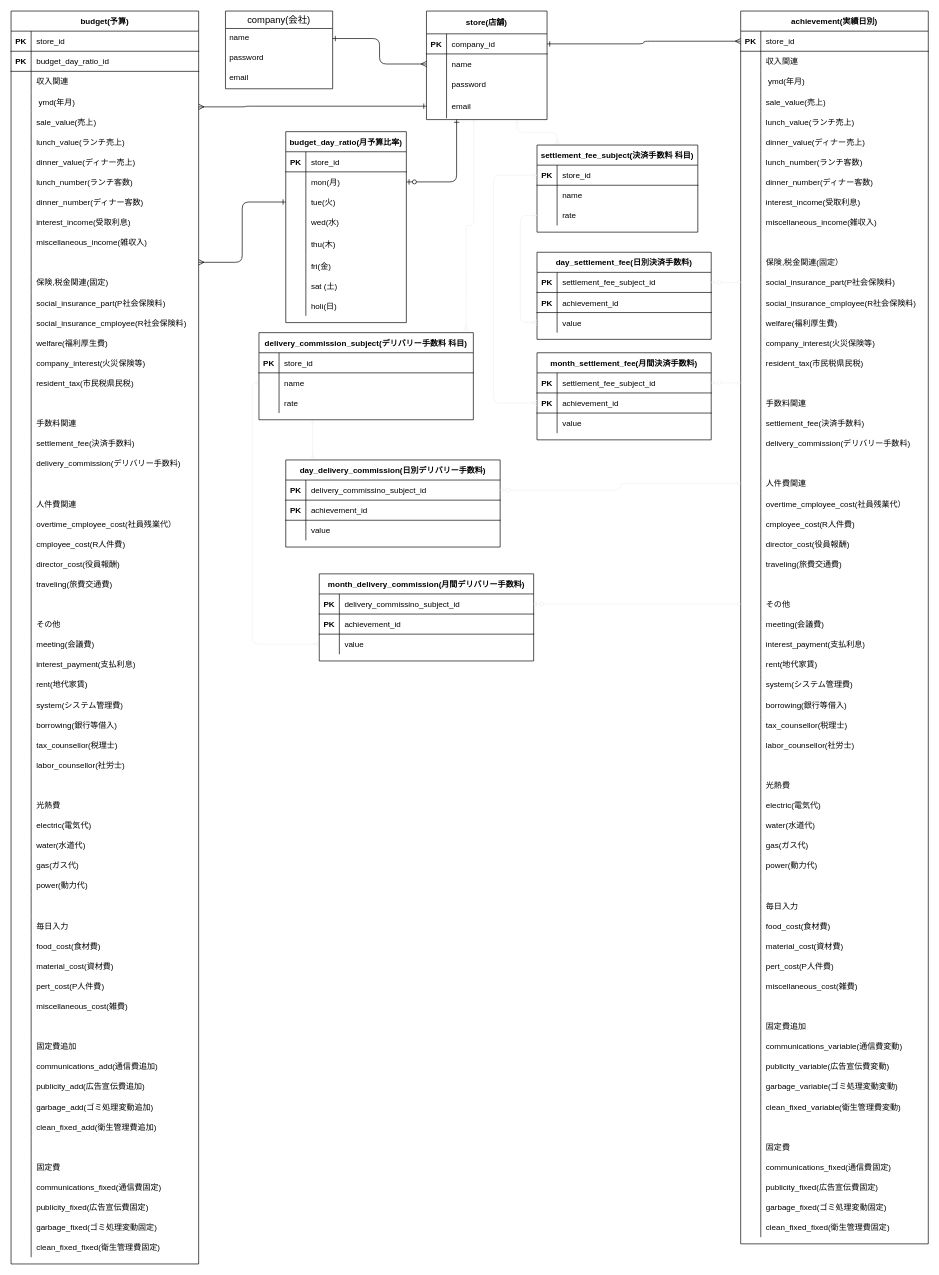
Above: ER図.dio in yanagi0306/profit_loss (draw.io), before the change. Source tidied: cells renumbered, new cells numbered last; positions are measured from the earlier drawing's top-left corner, leaving out a move shared by most shapes. Both pictures are drawn from the tidied source at 67%, with x=0, y=0 at pixel (11, 11).
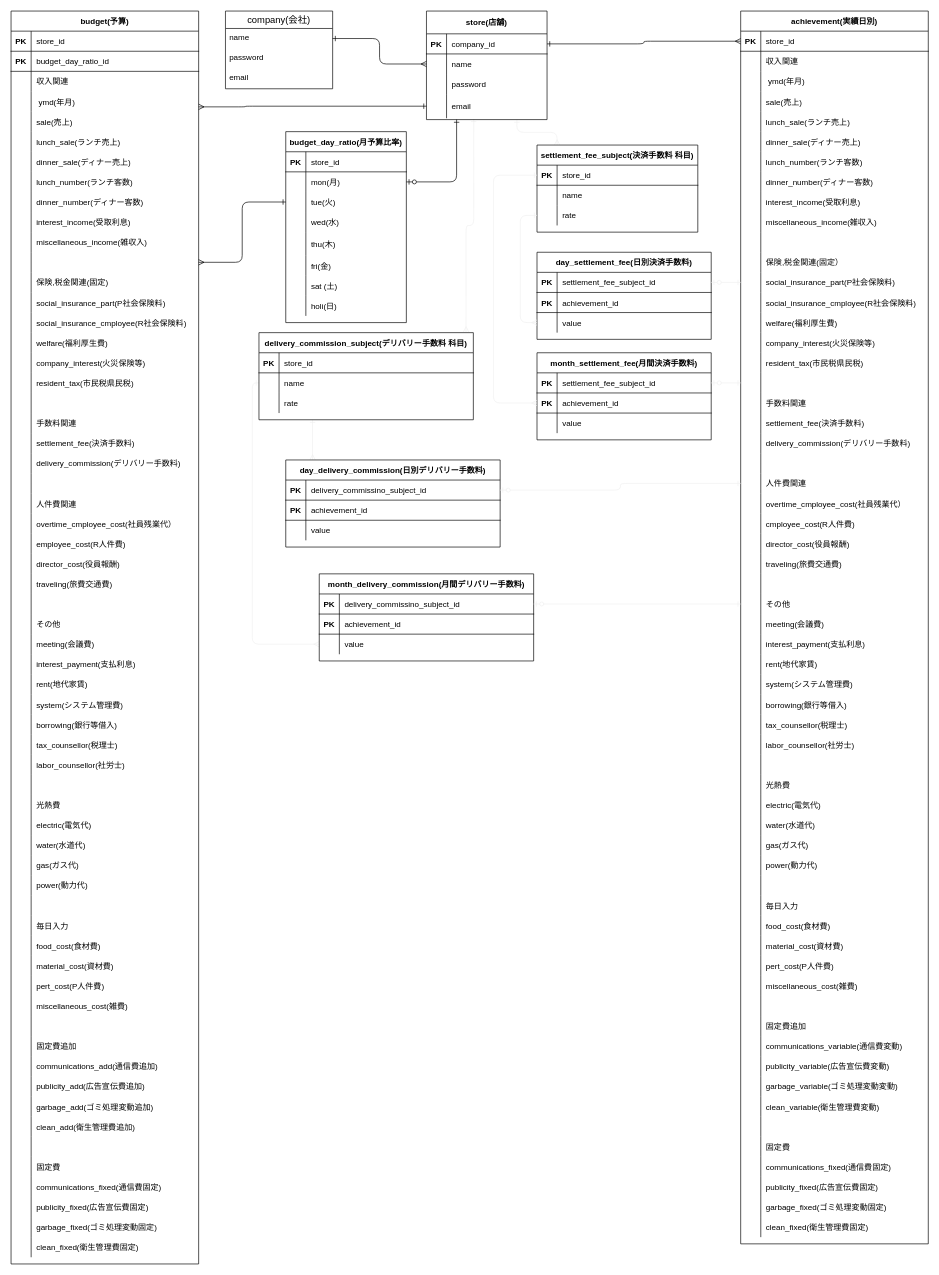
The same diagram, later.

The change refers to these unchanged cells:
```xml
<mxCell id="37" style="shape=partialRectangle;fillColor=none;top=0;left=0;bottom=0;right=0;" parent="24" vertex="1">
  <mxGeometry y="150" width="280" height="30" as="geometry" />
</mxCell>
<mxCell id="40" style="shape=partialRectangle;fillColor=none;top=0;left=0;bottom=0;right=0;" parent="24" vertex="1">
  <mxGeometry y="180" width="280" height="30" as="geometry" />
</mxCell>
<mxCell id="43" style="shape=partialRectangle;fillColor=none;top=0;left=0;bottom=0;right=0;" parent="24" vertex="1">
  <mxGeometry y="210" width="280" height="30" as="geometry" />
</mxCell>
<mxCell id="100" style="shape=partialRectangle;fillColor=none;top=0;left=0;bottom=0;right=0;" parent="24" vertex="1">
  <mxGeometry y="780" width="280" height="30" as="geometry" />
</mxCell>
<mxCell id="187" style="shape=partialRectangle;fillColor=none;top=0;left=0;bottom=0;right=0;" parent="24" vertex="1">
  <mxGeometry y="1650" width="280" height="30" as="geometry" />
</mxCell>
<mxCell id="205" style="shape=partialRectangle;fillColor=none;top=0;left=0;bottom=0;right=0;" parent="24" vertex="1">
  <mxGeometry y="1830" width="280" height="30" as="geometry" />
</mxCell>
<mxCell id="245" style="shape=partialRectangle;fillColor=none;top=0;left=0;bottom=0;right=0;" parent="235" vertex="1">
  <mxGeometry y="120" width="280" height="30" as="geometry" />
</mxCell>
<mxCell id="248" style="shape=partialRectangle;fillColor=none;top=0;left=0;bottom=0;right=0;" parent="235" vertex="1">
  <mxGeometry y="150" width="280" height="30" as="geometry" />
</mxCell>
<mxCell id="251" style="shape=partialRectangle;fillColor=none;top=0;left=0;bottom=0;right=0;" parent="235" vertex="1">
  <mxGeometry y="180" width="280" height="30" as="geometry" />
</mxCell>
<mxCell id="395" style="shape=partialRectangle;fillColor=none;top=0;left=0;bottom=0;right=0;" parent="235" vertex="1">
  <mxGeometry y="1620" width="280" height="30" as="geometry" />
</mxCell>
<mxCell id="413" style="shape=partialRectangle;fillColor=none;top=0;left=0;bottom=0;right=0;" parent="235" vertex="1">
  <mxGeometry y="1800" width="280" height="30" as="geometry" />
</mxCell>
```

Change to the diagram source:
```diff
@@
-    <mxCell id="39" value="sale_value(売上)" style="shape=partialRectangle;fillColor=none;top=0;left=0;bottom=0;right=0;align=left;spacingLeft=6;overflow=hidden;" parent="37" vertex="1">
+    <mxCell id="39" value="sale(売上)" style="shape=partialRectangle;fillColor=none;top=0;left=0;bottom=0;right=0;align=left;spacingLeft=6;overflow=hidden;" parent="37" vertex="1">
       <mxGeometry x="30" width="250" height="30" as="geometry" />
     </mxCell>
@@
-    <mxCell id="42" value="lunch_value(ランチ売上)" style="shape=partialRectangle;fillColor=none;top=0;left=0;bottom=0;right=0;align=left;spacingLeft=6;overflow=hidden;" parent="40" vertex="1">
+    <mxCell id="42" value="lunch_sale(ランチ売上)" style="shape=partialRectangle;fillColor=none;top=0;left=0;bottom=0;right=0;align=left;spacingLeft=6;overflow=hidden;" parent="40" vertex="1">
       <mxGeometry x="30" width="250" height="30" as="geometry" />
     </mxCell>
@@
-    <mxCell id="45" value="dinner_value(ディナー売上)" style="shape=partialRectangle;fillColor=none;top=0;left=0;bottom=0;right=0;align=left;spacingLeft=6;overflow=hidden;" parent="43" vertex="1">
+    <mxCell id="45" value="dinner_sale(ディナー売上)" style="shape=partialRectangle;fillColor=none;top=0;left=0;bottom=0;right=0;align=left;spacingLeft=6;overflow=hidden;" parent="43" vertex="1">
       <mxGeometry x="30" width="250" height="30" as="geometry" />
     </mxCell>
@@
-    <mxCell id="102" value="cmployee_cost(R人件費)" style="shape=partialRectangle;fillColor=none;top=0;left=0;bottom=0;right=0;align=left;spacingLeft=6;overflow=hidden;" parent="100" vertex="1">
+    <mxCell id="102" value="employee_cost(R人件費)" style="shape=partialRectangle;fillColor=none;top=0;left=0;bottom=0;right=0;align=left;spacingLeft=6;overflow=hidden;" parent="100" vertex="1">
       <mxGeometry x="30" width="250" height="30" as="geometry" />
     </mxCell>
@@
-    <mxCell id="189" value="clean_fixed_add(衛生管理費追加)" style="shape=partialRectangle;fillColor=none;top=0;left=0;bottom=0;right=0;align=left;spacingLeft=6;overflow=hidden;" parent="187" vertex="1">
+    <mxCell id="189" value="clean_add(衛生管理費追加)" style="shape=partialRectangle;fillColor=none;top=0;left=0;bottom=0;right=0;align=left;spacingLeft=6;overflow=hidden;" parent="187" vertex="1">
       <mxGeometry x="30" width="250" height="30" as="geometry" />
     </mxCell>
@@
-    <mxCell id="207" value="clean_fixed_fixed(衛生管理費固定)" style="shape=partialRectangle;fillColor=none;top=0;left=0;bottom=0;right=0;align=left;spacingLeft=6;overflow=hidden;" parent="205" vertex="1">
+    <mxCell id="207" value="clean_fixed(衛生管理費固定)" style="shape=partialRectangle;fillColor=none;top=0;left=0;bottom=0;right=0;align=left;spacingLeft=6;overflow=hidden;" parent="205" vertex="1">
       <mxGeometry x="30" width="250" height="30" as="geometry" />
     </mxCell>
@@
-    <mxCell id="247" value="sale_value(売上)" style="shape=partialRectangle;fillColor=none;top=0;left=0;bottom=0;right=0;align=left;spacingLeft=6;overflow=hidden;" parent="245" vertex="1">
+    <mxCell id="247" value="sale(売上)" style="shape=partialRectangle;fillColor=none;top=0;left=0;bottom=0;right=0;align=left;spacingLeft=6;overflow=hidden;" parent="245" vertex="1">
       <mxGeometry x="30" width="250" height="30" as="geometry" />
     </mxCell>
@@
-    <mxCell id="250" value="lunch_value(ランチ売上)" style="shape=partialRectangle;fillColor=none;top=0;left=0;bottom=0;right=0;align=left;spacingLeft=6;overflow=hidden;" parent="248" vertex="1">
+    <mxCell id="250" value="lunch_sale(ランチ売上)" style="shape=partialRectangle;fillColor=none;top=0;left=0;bottom=0;right=0;align=left;spacingLeft=6;overflow=hidden;" parent="248" vertex="1">
       <mxGeometry x="30" width="250" height="30" as="geometry" />
     </mxCell>
@@
-    <mxCell id="253" value="dinner_value(ディナー売上)" style="shape=partialRectangle;fillColor=none;top=0;left=0;bottom=0;right=0;align=left;spacingLeft=6;overflow=hidden;" parent="251" vertex="1">
+    <mxCell id="253" value="dinner_sale(ディナー売上)" style="shape=partialRectangle;fillColor=none;top=0;left=0;bottom=0;right=0;align=left;spacingLeft=6;overflow=hidden;" parent="251" vertex="1">
       <mxGeometry x="30" width="250" height="30" as="geometry" />
     </mxCell>
@@
-    <mxCell id="397" value="clean_fixed_variable(衛生管理費変動)" style="shape=partialRectangle;fillColor=none;top=0;left=0;bottom=0;right=0;align=left;spacingLeft=6;overflow=hidden;" parent="395" vertex="1">
+    <mxCell id="397" value="clean_variable(衛生管理費変動)" style="shape=partialRectangle;fillColor=none;top=0;left=0;bottom=0;right=0;align=left;spacingLeft=6;overflow=hidden;" parent="395" vertex="1">
       <mxGeometry x="30" width="250" height="30" as="geometry" />
     </mxCell>
@@
-    <mxCell id="415" value="clean_fixed_fixed(衛生管理費固定)" style="shape=partialRectangle;fillColor=none;top=0;left=0;bottom=0;right=0;align=left;spacingLeft=6;overflow=hidden;" parent="413" vertex="1">
+    <mxCell id="415" value="clean_fixed(衛生管理費固定)" style="shape=partialRectangle;fillColor=none;top=0;left=0;bottom=0;right=0;align=left;spacingLeft=6;overflow=hidden;" parent="413" vertex="1">
       <mxGeometry x="30" width="250" height="30" as="geometry" />
     </mxCell>
```
